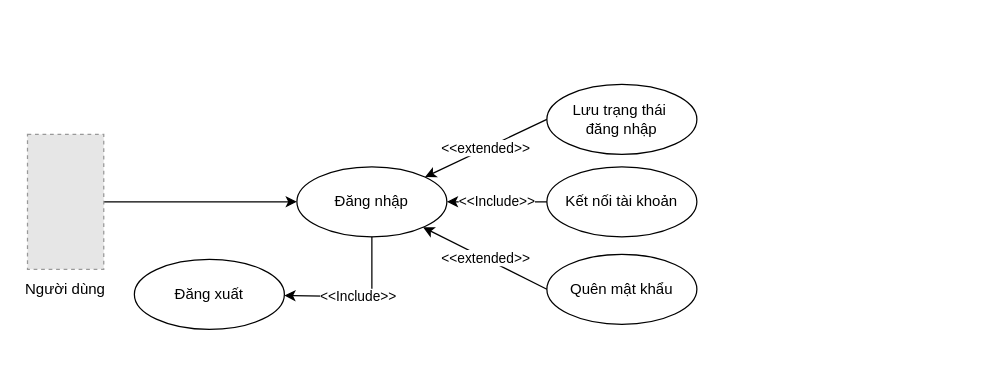
Earlier version of the draw.io diagram phac thao do an cuoi cung/use case quan ly nhom.drawio (frozenproof/dactaphanmem). Source tidied: cells renumbered, new cells numbered last; positions are measured from the earlier drawing's top-left corner, leaving out a move shared by most shapes. Both pictures are drawn from the tidied source at 125%, with x=0, y=0 at pixel (21, 84). Pictures stored in the file or linked from it are replaced by grey dashed boxes.
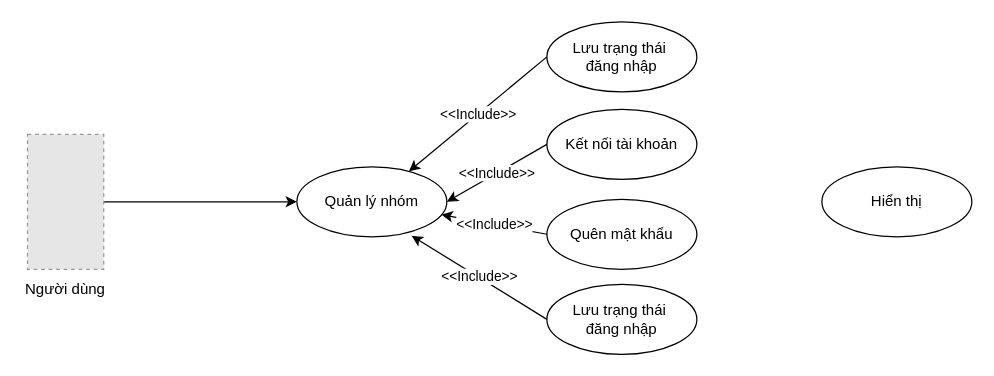
After the change.

Diff of the diagram source:
```diff
@@
 <mxGraphModel>
   <root>
     <mxCell id="0" />
     <mxCell id="1" parent="0" />
     <mxCell id="2" value="Người dùng" style="text;html=1;align=center;verticalAlign=middle;whiteSpace=wrap;rounded=0;" parent="1" vertex="1">
       <mxGeometry y="153.9" width="70" height="20" as="geometry" />
     </mxCell>
     <mxCell id="3" style="edgeStyle=orthogonalEdgeStyle;rounded=0;jettySize=auto;html=1;entryX=0;entryY=0.5;entryDx=0;entryDy=0;" parent="1" edge="1" source="4" target="5">
       <mxGeometry relative="1" as="geometry" />
     </mxCell>
     <mxCell id="4" style="fillColor=#E6E6E6;strokeColor=#999999;dashed=1;verticalLabelPosition=bottom;labelBackgroundColor=default;verticalAlign=top;" parent="1" vertex="1">
       <mxGeometry x="4.5" y="40" width="61" height="107.9" as="geometry" />
     </mxCell>
-    <mxCell id="5" value="Đăng nhập" style="ellipse;whiteSpace=wrap;html=1;" parent="1" vertex="1">
+    <mxCell id="5" value="Quản lý nhóm" style="ellipse;whiteSpace=wrap;html=1;" parent="1" vertex="1">
       <mxGeometry x="220" y="65.9" width="120" height="56" as="geometry" />
     </mxCell>
-    <mxCell id="6" value="Đăng xuất" style="ellipse;whiteSpace=wrap;html=1;" parent="1" vertex="1">
-      <mxGeometry x="90" y="140" width="120" height="56" as="geometry" />
-    </mxCell>
-    <mxCell id="7" value="&amp;lt;&amp;lt;Include&amp;gt;&amp;gt;" style="endArrow=classic;html=1;rounded=0;exitX=0.5;exitY=1;exitDx=0;exitDy=0;" parent="1" edge="1" source="5" target="6">
-      <mxGeometry relative="1" as="geometry">
-        <Array as="points">
-          <mxPoint x="280" y="170" />
-        </Array>
-      </mxGeometry>
-    </mxCell>
     <mxCell id="8" value="Kết nối tài khoản" style="ellipse;whiteSpace=wrap;html=1;" parent="1" vertex="1">
-      <mxGeometry x="420" y="65.9" width="120" height="56" as="geometry" />
+      <mxGeometry x="420" y="20" width="120" height="56" as="geometry" />
     </mxCell>
     <mxCell id="9" value="Quên mật khẩu" style="ellipse;whiteSpace=wrap;html=1;" parent="1" vertex="1">
-      <mxGeometry x="420" y="135.9" width="120" height="56" as="geometry" />
+      <mxGeometry x="420" y="91.9" width="120" height="56" as="geometry" />
     </mxCell>
     <mxCell id="10" value="&amp;lt;&amp;lt;Include&amp;gt;&amp;gt;" style="endArrow=classic;html=1;rounded=0;exitX=0;exitY=0.5;exitDx=0;exitDy=0;entryX=1;entryY=0.5;entryDx=0;entryDy=0;" parent="1" edge="1" source="8" target="5">
       <mxGeometry relative="1" as="geometry" />
     </mxCell>
-    <mxCell id="11" value="&amp;lt;&amp;lt;extended&amp;gt;&amp;gt;" style="endArrow=classic;html=1;rounded=0;exitX=0;exitY=0.5;exitDx=0;exitDy=0;" parent="1" edge="1" source="9" target="5">
+    <mxCell id="11" value="&amp;lt;&amp;lt;Include&amp;gt;&amp;gt;" style="endArrow=classic;html=1;rounded=0;exitX=0;exitY=0.5;exitDx=0;exitDy=0;" parent="1" edge="1" source="9" target="5">
       <mxGeometry relative="1" as="geometry" />
     </mxCell>
     <mxCell id="12" value="Lưu trạng thái&amp;nbsp;&lt;div&gt;đăng nhập&lt;/div&gt;" style="ellipse;whiteSpace=wrap;html=1;" parent="1" vertex="1">
-      <mxGeometry x="420" width="120" height="56" as="geometry" />
+      <mxGeometry x="420" y="-50" width="120" height="56" as="geometry" />
     </mxCell>
-    <mxCell id="13" value="&amp;lt;&amp;lt;extended&amp;gt;&amp;gt;" style="endArrow=classic;html=1;rounded=0;exitX=0;exitY=0.5;exitDx=0;exitDy=0;" parent="1" edge="1" source="12" target="5">
+    <mxCell id="13" value="&amp;lt;&amp;lt;Include&amp;gt;&amp;gt;" style="endArrow=classic;html=1;rounded=0;exitX=0;exitY=0.5;exitDx=0;exitDy=0;" parent="1" edge="1" source="12" target="5">
       <mxGeometry relative="1" as="geometry" />
     </mxCell>
+    <mxCell id="14" value="Hiển thị" style="ellipse;whiteSpace=wrap;html=1;" parent="1" vertex="1">
+      <mxGeometry x="640" y="65.9" width="120" height="56" as="geometry" />
+    </mxCell>
+    <mxCell id="15" value="Lưu trạng thái&amp;nbsp;&lt;div&gt;đăng nhập&lt;/div&gt;" style="ellipse;whiteSpace=wrap;html=1;" parent="1" vertex="1">
+      <mxGeometry x="420" y="160" width="120" height="56" as="geometry" />
+    </mxCell>
+    <mxCell id="7" value="&amp;lt;&amp;lt;Include&amp;gt;&amp;gt;" style="endArrow=classic;html=1;rounded=0;exitX=0;exitY=0.5;exitDx=0;exitDy=0;entryX=0.765;entryY=0.986;entryDx=0;entryDy=0;entryPerimeter=0;" parent="1" edge="1" source="15" target="5">
+      <mxGeometry relative="1" as="geometry" />
+    </mxCell>
   </root>
 </mxGraphModel>
```
